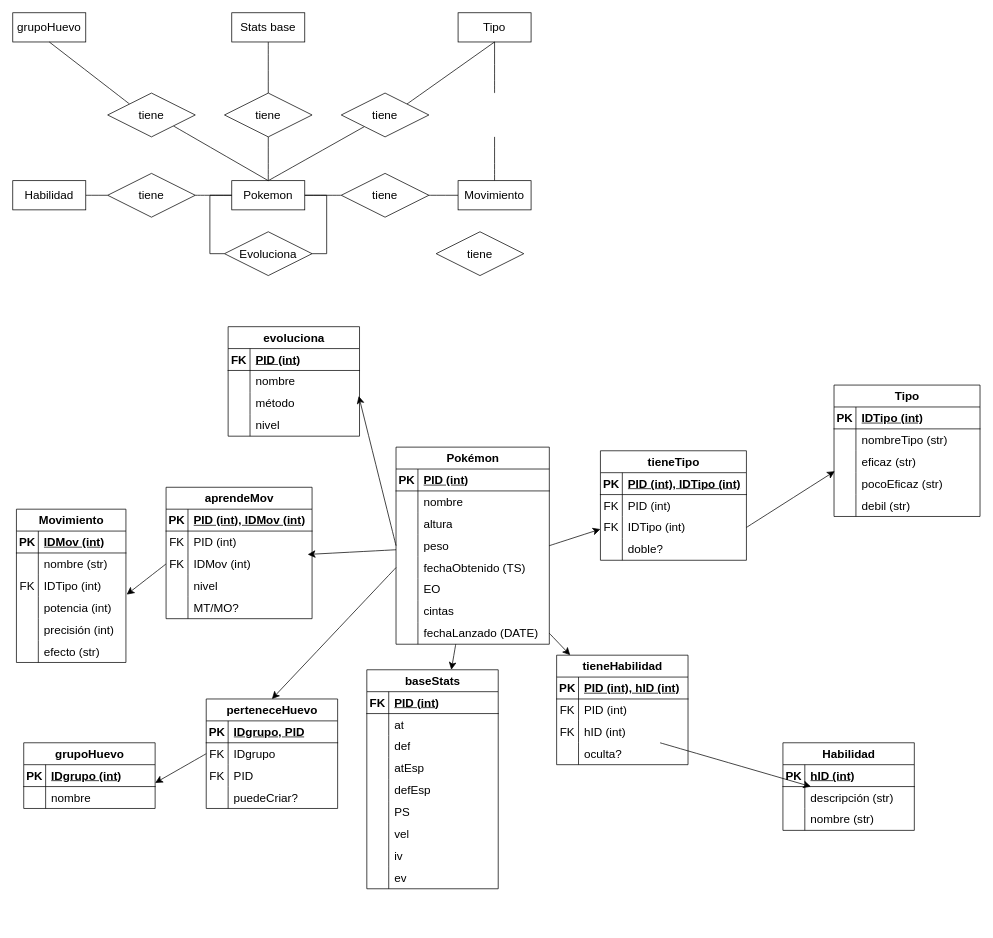
Above: page "Page-1" (1 of 2) of pokemer.drawio in Francesdbz18/1DAM (draw.io), before the change. Source tidied: cells renumbered, new cells numbered last; positions are measured from the earlier drawing's top-left corner, leaving out a move shared by most shapes. Both pictures are drawn from the tidied source at 73%, with x=0, y=0 at pixel (12, 12).
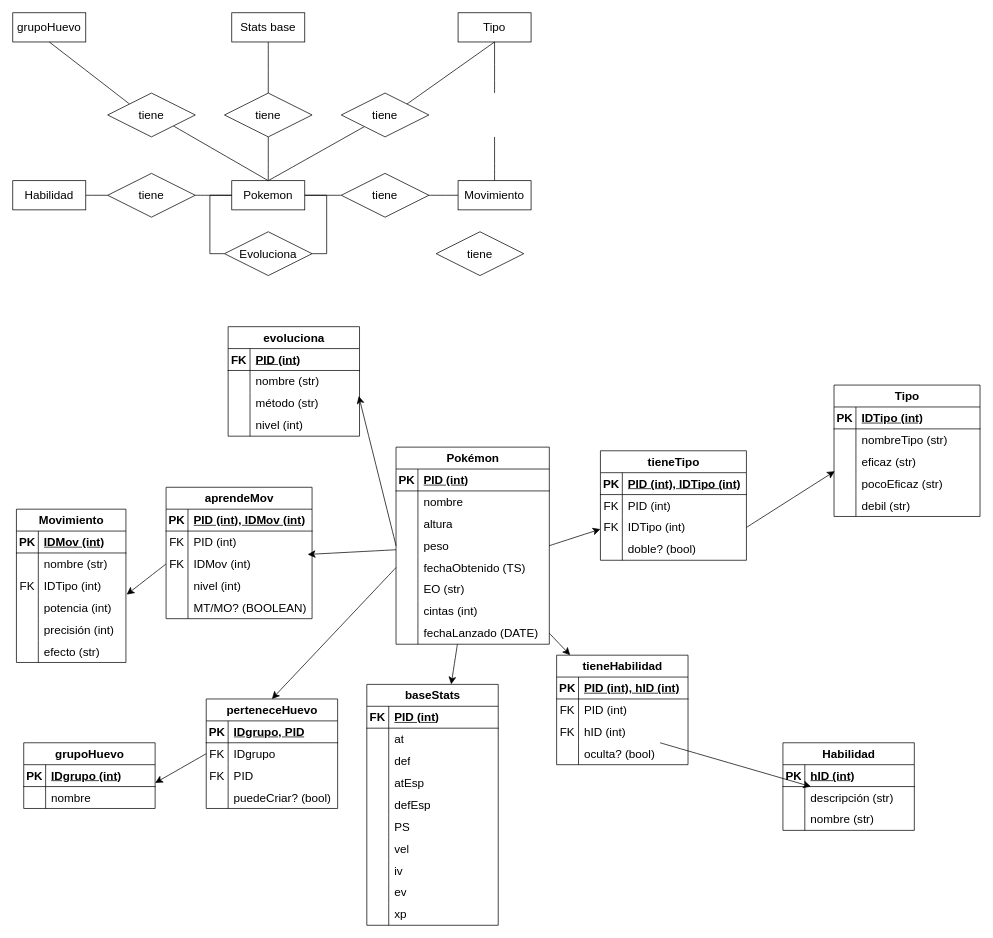
After the change.

The change refers to these unchanged cells:
```xml
<mxCell id="46" style="shape=tableRow;horizontal=0;startSize=0;swimlaneHead=0;swimlaneBody=0;fillColor=none;top=0;left=0;right=0;bottom=0;fontSize=16;" parent="30" vertex="1">
  <mxGeometry y="180" width="210" height="30" as="geometry" />
</mxCell>
<mxCell id="49" style="shape=tableRow;horizontal=0;startSize=0;swimlaneHead=0;swimlaneBody=0;fillColor=none;top=0;left=0;right=0;bottom=0;fontSize=16;" parent="30" vertex="1">
  <mxGeometry y="210" width="210" height="30" as="geometry" />
</mxCell>
<mxCell id="65" style="shape=tableRow;horizontal=0;startSize=0;swimlaneHead=0;swimlaneBody=0;fillColor=none;top=0;left=0;right=0;bottom=0;fontSize=16;" parent="55" vertex="1">
  <mxGeometry y="120" width="200" height="30" as="geometry" />
</mxCell>
<mxCell id="123" style="shape=tableRow;horizontal=0;startSize=0;swimlaneHead=0;swimlaneBody=0;fillColor=none;top=0;left=0;right=0;bottom=0;fontSize=16;" parent="113" vertex="1">
  <mxGeometry y="120" width="180" height="30" as="geometry" />
</mxCell>
<mxCell id="171" style="shape=tableRow;horizontal=0;startSize=0;swimlaneHead=0;swimlaneBody=0;fillColor=none;top=0;left=0;right=0;bottom=0;fontSize=16;" parent="161" vertex="1">
  <mxGeometry y="120" width="200" height="30" as="geometry" />
</mxCell>
<mxCell id="174" style="shape=tableRow;horizontal=0;startSize=0;swimlaneHead=0;swimlaneBody=0;fillColor=none;top=0;left=0;right=0;bottom=0;fontSize=16;" parent="161" vertex="1">
  <mxGeometry y="150" width="200" height="30" as="geometry" />
</mxCell>
<mxCell id="194" style="shape=tableRow;horizontal=0;startSize=0;swimlaneHead=0;swimlaneBody=0;fillColor=none;top=0;left=0;right=0;bottom=0;fontSize=16;" parent="184" vertex="1">
  <mxGeometry y="120" width="180" height="30" as="geometry" />
</mxCell>
<mxCell id="202" style="shape=tableRow;horizontal=0;startSize=0;swimlaneHead=0;swimlaneBody=0;fillColor=none;points=[[0,0.5],[1,0.5]];portConstraint=eastwest;top=0;left=0;right=0;bottom=0;fontSize=16;" parent="198" vertex="1">
  <mxGeometry y="60" width="180" height="30" as="geometry" />
</mxCell>
<mxCell id="205" style="shape=tableRow;horizontal=0;startSize=0;swimlaneHead=0;swimlaneBody=0;fillColor=none;top=0;left=0;right=0;bottom=0;fontSize=16;" parent="198" vertex="1">
  <mxGeometry y="90" width="180" height="30" as="geometry" />
</mxCell>
<mxCell id="208" style="shape=tableRow;horizontal=0;startSize=0;swimlaneHead=0;swimlaneBody=0;fillColor=none;top=0;left=0;right=0;bottom=0;fontSize=16;" parent="198" vertex="1">
  <mxGeometry y="120" width="180" height="30" as="geometry" />
</mxCell>
```

What changed in the source:
```diff
@@
-    <mxCell id="48" value="EO" style="shape=partialRectangle;fillColor=none;top=0;left=0;bottom=0;right=0;align=left;spacingLeft=6;overflow=hidden;whiteSpace=wrap;html=1;fontSize=16;" parent="46" vertex="1">
+    <mxCell id="48" value="EO (str)" style="shape=partialRectangle;fillColor=none;top=0;left=0;bottom=0;right=0;align=left;spacingLeft=6;overflow=hidden;whiteSpace=wrap;html=1;fontSize=16;" parent="46" vertex="1">
       <mxGeometry x="30" width="180" height="30" as="geometry" />
     </mxCell>
@@
-    <mxCell id="51" value="cintas" style="shape=partialRectangle;fillColor=none;top=0;left=0;bottom=0;right=0;align=left;spacingLeft=6;overflow=hidden;whiteSpace=wrap;html=1;fontSize=16;" parent="49" vertex="1">
+    <mxCell id="51" value="cintas (int)" style="shape=partialRectangle;fillColor=none;top=0;left=0;bottom=0;right=0;align=left;spacingLeft=6;overflow=hidden;whiteSpace=wrap;html=1;fontSize=16;" parent="49" vertex="1">
       <mxGeometry x="30" width="180" height="30" as="geometry" />
     </mxCell>
@@
-    <mxCell id="67" value="doble?" style="shape=partialRectangle;fillColor=none;top=0;left=0;bottom=0;right=0;align=left;spacingLeft=6;overflow=hidden;whiteSpace=wrap;html=1;fontSize=16;" parent="65" vertex="1">
+    <mxCell id="67" value="doble? (bool)" style="shape=partialRectangle;fillColor=none;top=0;left=0;bottom=0;right=0;align=left;spacingLeft=6;overflow=hidden;whiteSpace=wrap;html=1;fontSize=16;" parent="65" vertex="1">
       <mxGeometry x="30" width="170" height="30" as="geometry" />
     </mxCell>
@@
-    <mxCell id="125" value="oculta?" style="shape=partialRectangle;fillColor=none;top=0;left=0;bottom=0;right=0;align=left;spacingLeft=6;overflow=hidden;whiteSpace=wrap;html=1;fontSize=16;" parent="123" vertex="1">
+    <mxCell id="125" value="oculta? (bool)" style="shape=partialRectangle;fillColor=none;top=0;left=0;bottom=0;right=0;align=left;spacingLeft=6;overflow=hidden;whiteSpace=wrap;html=1;fontSize=16;" parent="123" vertex="1">
       <mxGeometry x="30" width="150" height="30" as="geometry" />
     </mxCell>
@@
     <mxCell id="133" value="baseStats" style="shape=table;startSize=30;childLayout=tableLayout;rowLines=0;fontStyle=1;align=center;html=1;fontSize=16;" parent="1" vertex="1">
-      <mxGeometry x="485" y="900" width="180" height="300" as="geometry" />
+      <mxGeometry x="485" y="920" width="180" height="330" as="geometry" />
     </mxCell>
@@
+    <mxCell id="212" style="shape=tableRow;horizontal=0;startSize=0;swimlaneHead=0;swimlaneBody=0;fillColor=none;top=0;left=0;right=0;bottom=0;fontSize=16;" parent="133" vertex="1">
+      <mxGeometry y="300" width="180" height="30" as="geometry" />
+    </mxCell>
+    <mxCell id="213" style="shape=partialRectangle;fillColor=none;top=0;left=0;bottom=0;right=0;overflow=hidden;whiteSpace=wrap;html=1;fontSize=16;" parent="212" vertex="1">
+      <mxGeometry width="30" height="30" as="geometry" />
+    </mxCell>
+    <mxCell id="214" value="xp" style="shape=partialRectangle;fillColor=none;top=0;left=0;bottom=0;right=0;align=left;spacingLeft=6;overflow=hidden;whiteSpace=wrap;html=1;fontSize=16;" parent="212" vertex="1">
+      <mxGeometry x="30" width="150" height="30" as="geometry" />
+    </mxCell>
@@
-    <mxCell id="173" value="nivel" style="shape=partialRectangle;fillColor=none;top=0;left=0;bottom=0;right=0;align=left;spacingLeft=6;overflow=hidden;whiteSpace=wrap;html=1;fontSize=16;" parent="171" vertex="1">
+    <mxCell id="173" value="nivel (int)" style="shape=partialRectangle;fillColor=none;top=0;left=0;bottom=0;right=0;align=left;spacingLeft=6;overflow=hidden;whiteSpace=wrap;html=1;fontSize=16;" parent="171" vertex="1">
       <mxGeometry x="30" width="170" height="30" as="geometry" />
     </mxCell>
@@
-    <mxCell id="176" value="MT/MO?&amp;nbsp;" style="shape=partialRectangle;fillColor=none;top=0;left=0;bottom=0;right=0;align=left;spacingLeft=6;overflow=hidden;whiteSpace=wrap;html=1;fontSize=16;" parent="174" vertex="1">
+    <mxCell id="176" value="MT/MO? (BOOLEAN)" style="shape=partialRectangle;fillColor=none;top=0;left=0;bottom=0;right=0;align=left;spacingLeft=6;overflow=hidden;whiteSpace=wrap;html=1;fontSize=16;" parent="174" vertex="1">
       <mxGeometry x="30" width="170" height="30" as="geometry" />
     </mxCell>
@@
-    <mxCell id="196" value="puedeCriar?" style="shape=partialRectangle;fillColor=none;top=0;left=0;bottom=0;right=0;align=left;spacingLeft=6;overflow=hidden;whiteSpace=wrap;html=1;fontSize=16;" parent="194" vertex="1">
+    <mxCell id="196" value="puedeCriar? (bool)" style="shape=partialRectangle;fillColor=none;top=0;left=0;bottom=0;right=0;align=left;spacingLeft=6;overflow=hidden;whiteSpace=wrap;html=1;fontSize=16;" parent="194" vertex="1">
       <mxGeometry x="30" width="150" height="30" as="geometry" />
     </mxCell>
@@
-    <mxCell id="204" value="nombre" style="shape=partialRectangle;fillColor=none;top=0;left=0;bottom=0;right=0;align=left;spacingLeft=6;overflow=hidden;whiteSpace=wrap;html=1;fontSize=16;" parent="202" vertex="1">
+    <mxCell id="204" value="nombre (str)" style="shape=partialRectangle;fillColor=none;top=0;left=0;bottom=0;right=0;align=left;spacingLeft=6;overflow=hidden;whiteSpace=wrap;html=1;fontSize=16;" parent="202" vertex="1">
       <mxGeometry x="30" width="150" height="30" as="geometry" />
     </mxCell>
@@
-    <mxCell id="207" value="método" style="shape=partialRectangle;fillColor=none;top=0;left=0;bottom=0;right=0;align=left;spacingLeft=6;overflow=hidden;whiteSpace=wrap;html=1;fontSize=16;" parent="205" vertex="1">
+    <mxCell id="207" value="método (str)" style="shape=partialRectangle;fillColor=none;top=0;left=0;bottom=0;right=0;align=left;spacingLeft=6;overflow=hidden;whiteSpace=wrap;html=1;fontSize=16;" parent="205" vertex="1">
       <mxGeometry x="30" width="150" height="30" as="geometry" />
     </mxCell>
@@
-    <mxCell id="210" value="nivel" style="shape=partialRectangle;fillColor=none;top=0;left=0;bottom=0;right=0;align=left;spacingLeft=6;overflow=hidden;whiteSpace=wrap;html=1;fontSize=16;" parent="208" vertex="1">
+    <mxCell id="210" value="nivel (int)" style="shape=partialRectangle;fillColor=none;top=0;left=0;bottom=0;right=0;align=left;spacingLeft=6;overflow=hidden;whiteSpace=wrap;html=1;fontSize=16;" parent="208" vertex="1">
       <mxGeometry x="30" width="150" height="30" as="geometry" />
     </mxCell>
```
